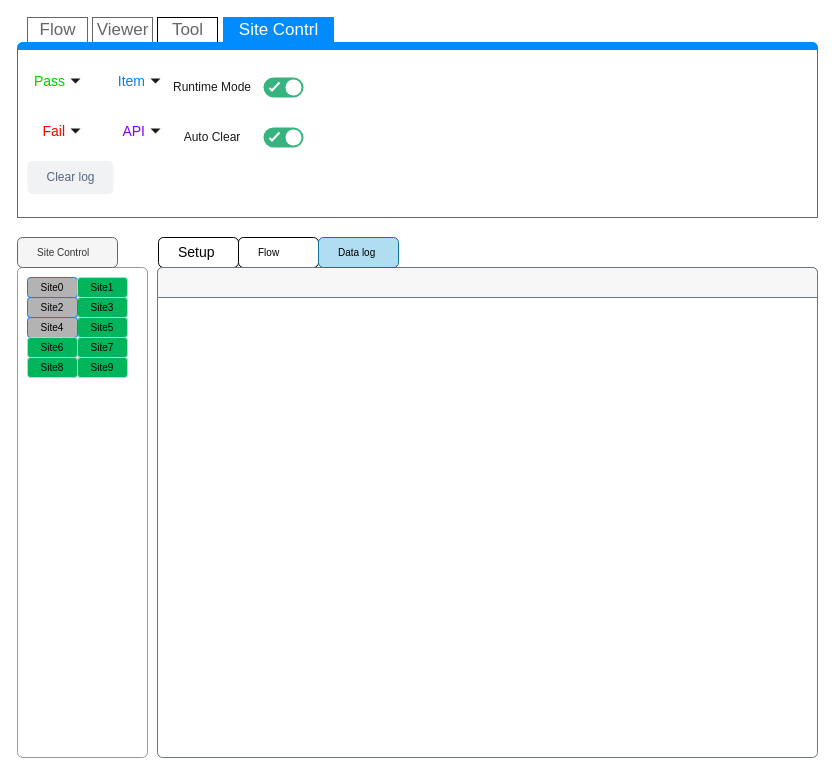
Jasson-Chou/Software-Projects keeps this draw.io diagram as page "Data log" (4 of 5) of SG9KG5/UI Design/Engineering/Engineering Mode.drawio. Above is the earlier version. Source tidied: cells renumbered, new cells numbered last; positions are measured from the earlier drawing's top-left corner, leaving out a move shared by most shapes. Both pictures are drawn from the tidied source at 100%, with x=0, y=0 at pixel (17, 17). Pictures stored in the file or linked from it are replaced by grey dashed boxes.
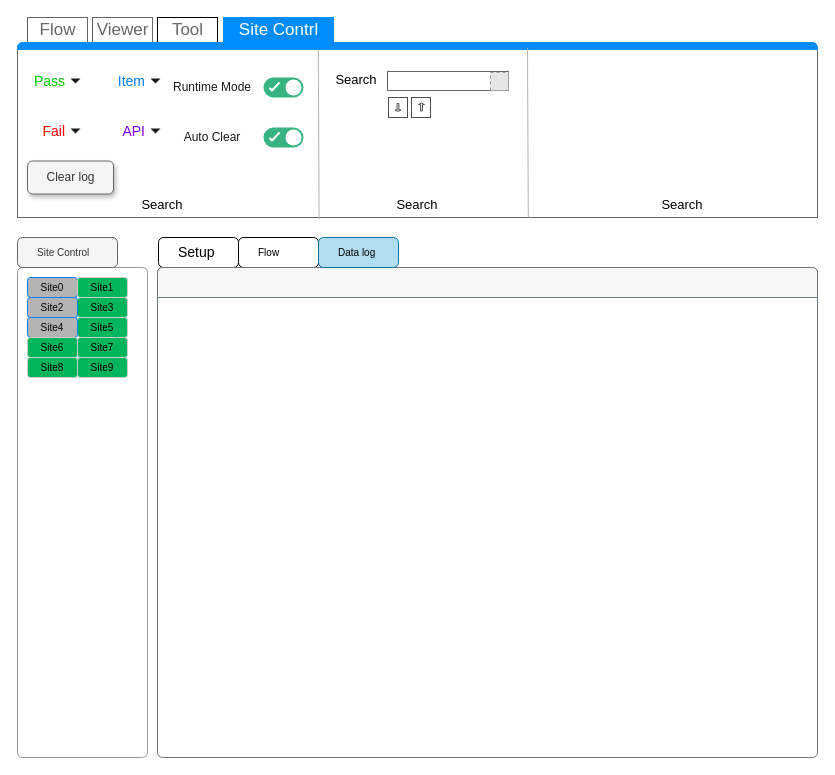
After the change.

The change refers to these unchanged cells:
```xml
<mxCell id="3" style="strokeWidth=1;shadow=0;dashed=0;align=center;html=1;shape=mxgraph.mockup.containers.marginRect2;rectMarginTop=32;strokeColor=#666666;gradientColor=none;fontColor=#00CC00;" parent="1" vertex="1">
  <mxGeometry width="800" height="200" as="geometry" />
</mxCell>
```

Change to the diagram source:
```diff
@@
-    <mxCell id="15" value="Clear log" style="rounded=1;fillColor=#F1F2F4;strokeColor=none;html=1;fontColor=#596780;align=center;verticalAlign=middle;fontStyle=0;fontSize=12;" parent="3" vertex="1">
+    <mxCell id="15" value="Clear log" style="rounded=1;strokeColor=#666666;html=1;fontColor=#333333;align=center;verticalAlign=middle;fontStyle=0;fontSize=12;fillColor=#f5f5f5;shadow=1;" parent="3" vertex="1">
       <mxGeometry x="10" y="143.5" width="86" height="33" as="geometry" />
     </mxCell>
@@
+    <mxCell id="45" style="strokeWidth=1;shadow=0;dashed=0;align=center;html=1;shape=mxgraph.mockup.text.textBox;fontColor=#666666;align=left;fontSize=13;spacingLeft=4;spacingTop=-3;strokeColor=#666666;mainText=;" parent="3" vertex="1">
+      <mxGeometry x="370" y="54" width="121" height="19" as="geometry" />
+    </mxCell>
+    <mxCell id="46" value="Search" style="text;html=1;strokeColor=none;fillColor=none;align=center;verticalAlign=middle;whiteSpace=wrap;rounded=0;fontSize=13;" parent="3" vertex="1">
+      <mxGeometry x="314" y="52" width="50" height="20" as="geometry" />
+    </mxCell>
+    <mxCell id="47" style="fillColor=#E6E6E6;strokeColor=#999999;dashed=1;html=1;verticalAlign=top;verticalLabelPosition=bottom;labelBackgroundColor=#ffffff;fontSize=13;" parent="3" vertex="1">
+      <mxGeometry x="473" y="55" width="18" height="18" as="geometry" />
+    </mxCell>
+    <mxCell id="48" style="rounded=0;whiteSpace=wrap;html=1;fontSize=13;strokeColor=#4D4D4D;" parent="3" vertex="1">
+      <mxGeometry x="371" y="80" width="19" height="20" as="geometry" />
+    </mxCell>
+    <mxCell id="49" style="rounded=0;whiteSpace=wrap;html=1;fontSize=13;strokeColor=#4D4D4D;" parent="3" vertex="1">
+      <mxGeometry x="394" y="80" width="19" height="20" as="geometry" />
+    </mxCell>
+    <mxCell id="50" style="shape=singleArrow;direction=south;whiteSpace=wrap;html=1;fontSize=13;strokeColor=#4D4D4D;" parent="3" vertex="1">
+      <mxGeometry x="377.5" y="86" width="6" height="8" as="geometry" />
+    </mxCell>
+    <mxCell id="51" style="shape=singleArrow;direction=south;whiteSpace=wrap;html=1;fontSize=13;rotation=-180;strokeColor=#4D4D4D;" parent="3" vertex="1">
+      <mxGeometry x="401" y="85.5" width="6" height="8" as="geometry" />
+    </mxCell>
+    <mxCell id="52" style="endArrow=none;html=1;fontSize=13;entryX=0.376;entryY=0.161;entryDx=0;entryDy=0;entryPerimeter=0;exitX=0.377;exitY=1.007;exitDx=0;exitDy=0;exitPerimeter=0;strokeColor=#B3B3B3;" parent="3" edge="1">
+      <mxGeometry relative="1" as="geometry">
+        <mxPoint x="510.8" y="200" as="sourcePoint" />
+        <mxPoint x="510" y="30.8" as="targetPoint" />
+      </mxGeometry>
+    </mxCell>
+    <mxCell id="53" value="Search" style="text;html=1;strokeColor=none;fillColor=none;align=center;verticalAlign=middle;whiteSpace=wrap;rounded=0;fontSize=13;" parent="3" vertex="1">
+      <mxGeometry x="375" y="176.5" width="50" height="20" as="geometry" />
+    </mxCell>
+    <mxCell id="54" value="Search" style="text;html=1;strokeColor=none;fillColor=none;align=center;verticalAlign=middle;whiteSpace=wrap;rounded=0;fontSize=13;" parent="3" vertex="1">
+      <mxGeometry x="120" y="176.5" width="50" height="20" as="geometry" />
+    </mxCell>
+    <mxCell id="55" value="Search" style="text;html=1;strokeColor=none;fillColor=none;align=center;verticalAlign=middle;whiteSpace=wrap;rounded=0;fontSize=13;" parent="3" vertex="1">
+      <mxGeometry x="640" y="176.5" width="50" height="20" as="geometry" />
+    </mxCell>
@@
+    <mxCell id="56" style="endArrow=none;html=1;fontSize=13;entryX=0.376;entryY=0.161;entryDx=0;entryDy=0;entryPerimeter=0;exitX=0.377;exitY=1.007;exitDx=0;exitDy=0;exitPerimeter=0;strokeColor=#B3B3B3;" parent="1" edge="1" source="3" target="3">
+      <mxGeometry relative="1" as="geometry" />
+    </mxCell>
```
